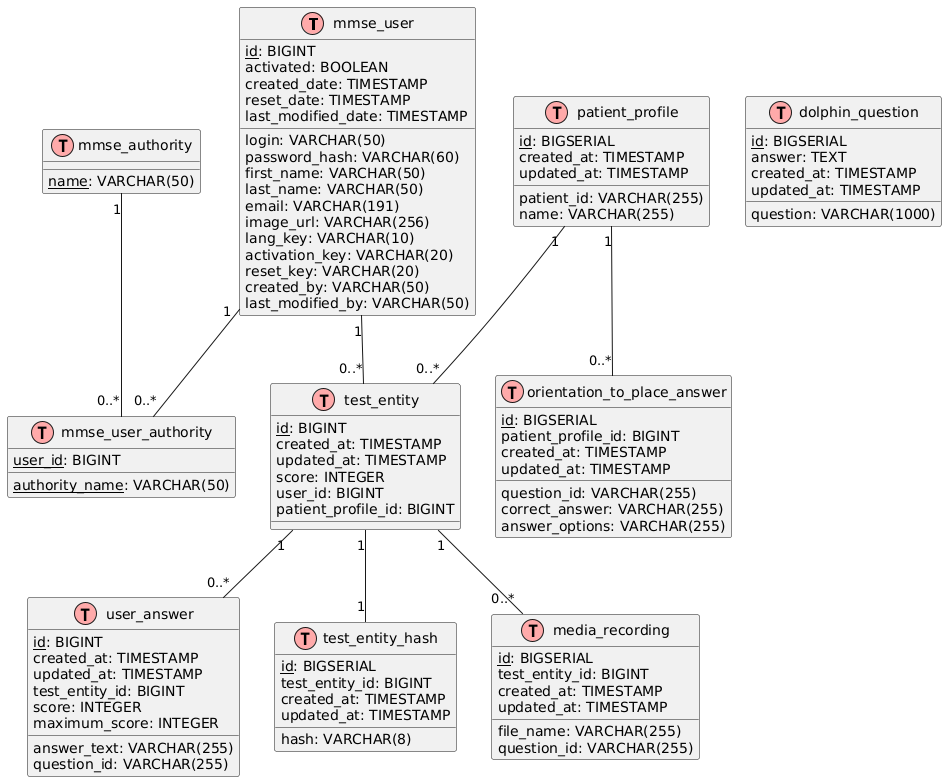
ktenman/master-thesis-ut keeps this PlantUML diagram as theory/figures/er_diagram.png. Above is the earlier version. Source of this version:
```plantuml
@startuml
!define TABLE(name,desc) class name as "desc" << (T,#FFAAAA) >>
!define PK(x) <u>x</u>
!define FK(x) x

TABLE(mmse_user, "mmse_user") {
    PK(id): BIGINT
    login: VARCHAR(50)
    password_hash: VARCHAR(60)
    first_name: VARCHAR(50)
    last_name: VARCHAR(50)
    email: VARCHAR(191)
    image_url: VARCHAR(256)
    activated: BOOLEAN
    lang_key: VARCHAR(10)
    activation_key: VARCHAR(20)
    reset_key: VARCHAR(20)
    created_by: VARCHAR(50)
    created_date: TIMESTAMP
    reset_date: TIMESTAMP
    last_modified_by: VARCHAR(50)
    last_modified_date: TIMESTAMP
}

TABLE(mmse_authority, "mmse_authority") {
    PK(name): VARCHAR(50)
}

TABLE(mmse_user_authority, "mmse_user_authority") {
    PK(FK(user_id)): BIGINT
    PK(FK(authority_name)): VARCHAR(50)
}

TABLE(test_entity, "test_entity") {
    PK(id): BIGINT
    created_at: TIMESTAMP
    updated_at: TIMESTAMP
    score: INTEGER
    FK(user_id): BIGINT
    FK(patient_profile_id): BIGINT
}

TABLE(user_answer, "user_answer") {
    PK(id): BIGINT
    answer_text: VARCHAR(255)
    created_at: TIMESTAMP
    updated_at: TIMESTAMP
    question_id: VARCHAR(255)
    FK(test_entity_id): BIGINT
    score: INTEGER
    maximum_score: INTEGER
}

TABLE(patient_profile, "patient_profile") {
    PK(id): BIGSERIAL
    patient_id: VARCHAR(255)
    name: VARCHAR(255)
    created_at: TIMESTAMP
    updated_at: TIMESTAMP
}

TABLE(orientation_to_place_answer, "orientation_to_place_answer") {
    PK(id): BIGSERIAL
    question_id: VARCHAR(255)
    correct_answer: VARCHAR(255)
    answer_options: VARCHAR(255)
    FK(patient_profile_id): BIGINT
    created_at: TIMESTAMP
    updated_at: TIMESTAMP
}

TABLE(test_entity_hash, "test_entity_hash") {
    PK(id): BIGSERIAL
    hash: VARCHAR(8)
    FK(test_entity_id): BIGINT
    created_at: TIMESTAMP
    updated_at: TIMESTAMP
}

TABLE(media_recording, "media_recording") {
    PK(id): BIGSERIAL
    file_name: VARCHAR(255)
    FK(test_entity_id): BIGINT
    question_id: VARCHAR(255)
    created_at: TIMESTAMP
    updated_at: TIMESTAMP
}

TABLE(dolphin_question, "dolphin_question") {
    PK(id): BIGSERIAL
    question: VARCHAR(1000)
    answer: TEXT
    created_at: TIMESTAMP
    updated_at: TIMESTAMP
}

mmse_user "1" -- "0..*" mmse_user_authority
mmse_authority "1" -- "0..*" mmse_user_authority

mmse_user "1" -- "0..*" test_entity
patient_profile "1" -- "0..*" test_entity
test_entity "1" -- "0..*" user_answer
test_entity "1" -- "1" test_entity_hash
test_entity "1" -- "0..*" media_recording

patient_profile "1" -- "0..*" orientation_to_place_answer
@enduml
```
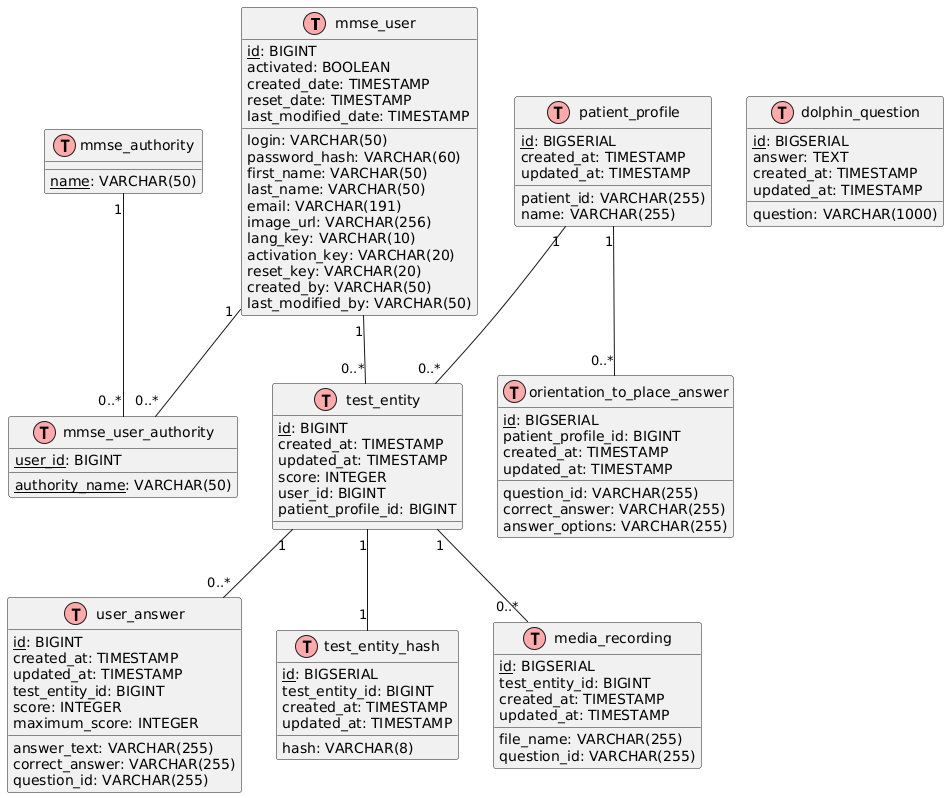
The same diagram one commit later.

Diff of the diagram source:
```diff
@@ -2,7 +2,6 @@
 !define TABLE(name,desc) class name as "desc" << (T,#FFAAAA) >>
 !define PK(x) <u>x</u>
 !define FK(x) x
-
 TABLE(mmse_user, "mmse_user") {
     PK(id): BIGINT
     login: VARCHAR(50)
@@ -21,16 +20,13 @@
     last_modified_by: VARCHAR(50)
     last_modified_date: TIMESTAMP
 }
-
 TABLE(mmse_authority, "mmse_authority") {
     PK(name): VARCHAR(50)
 }
-
 TABLE(mmse_user_authority, "mmse_user_authority") {
     PK(FK(user_id)): BIGINT
     PK(FK(authority_name)): VARCHAR(50)
 }
-
 TABLE(test_entity, "test_entity") {
     PK(id): BIGINT
     created_at: TIMESTAMP
@@ -39,10 +35,10 @@
     FK(user_id): BIGINT
     FK(patient_profile_id): BIGINT
 }
-
 TABLE(user_answer, "user_answer") {
     PK(id): BIGINT
     answer_text: VARCHAR(255)
+    correct_answer: VARCHAR(255)
     created_at: TIMESTAMP
     updated_at: TIMESTAMP
     question_id: VARCHAR(255)
@@ -50,7 +46,6 @@
     score: INTEGER
     maximum_score: INTEGER
 }
-
 TABLE(patient_profile, "patient_profile") {
     PK(id): BIGSERIAL
     patient_id: VARCHAR(255)
@@ -58,7 +53,6 @@
     created_at: TIMESTAMP
     updated_at: TIMESTAMP
 }
-
 TABLE(orientation_to_place_answer, "orientation_to_place_answer") {
     PK(id): BIGSERIAL
     question_id: VARCHAR(255)
@@ -68,7 +62,6 @@
     created_at: TIMESTAMP
     updated_at: TIMESTAMP
 }
-
 TABLE(test_entity_hash, "test_entity_hash") {
     PK(id): BIGSERIAL
     hash: VARCHAR(8)
@@ -76,7 +69,6 @@
     created_at: TIMESTAMP
     updated_at: TIMESTAMP
 }
-
 TABLE(media_recording, "media_recording") {
     PK(id): BIGSERIAL
     file_name: VARCHAR(255)
@@ -85,7 +77,6 @@
     created_at: TIMESTAMP
     updated_at: TIMESTAMP
 }
-
 TABLE(dolphin_question, "dolphin_question") {
     PK(id): BIGSERIAL
     question: VARCHAR(1000)
@@ -93,15 +84,12 @@
     created_at: TIMESTAMP
     updated_at: TIMESTAMP
 }
-
 mmse_user "1" -- "0..*" mmse_user_authority
 mmse_authority "1" -- "0..*" mmse_user_authority
-
 mmse_user "1" -- "0..*" test_entity
 patient_profile "1" -- "0..*" test_entity
 test_entity "1" -- "0..*" user_answer
 test_entity "1" -- "1" test_entity_hash
 test_entity "1" -- "0..*" media_recording
-
 patient_profile "1" -- "0..*" orientation_to_place_answer
 @enduml
```
